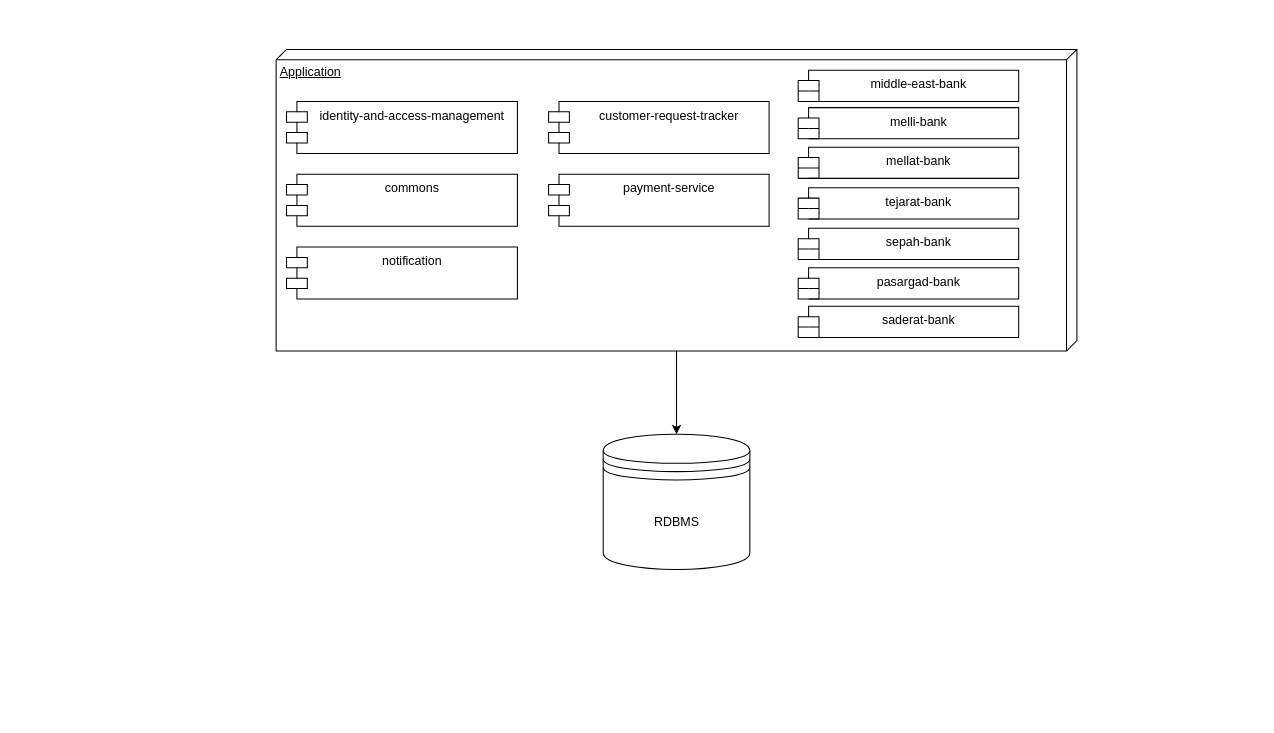
shakerdonyavi/wallet keeps this draw.io diagram as image/Untitled Diagram.drawio. Above is the earlier version. Source tidied: cells renumbered, new cells numbered last; positions are measured from the earlier drawing's top-left corner, leaving out a move shared by most shapes. Both pictures are drawn from the tidied source at 104%, with x=0, y=0 at pixel (276, 49).
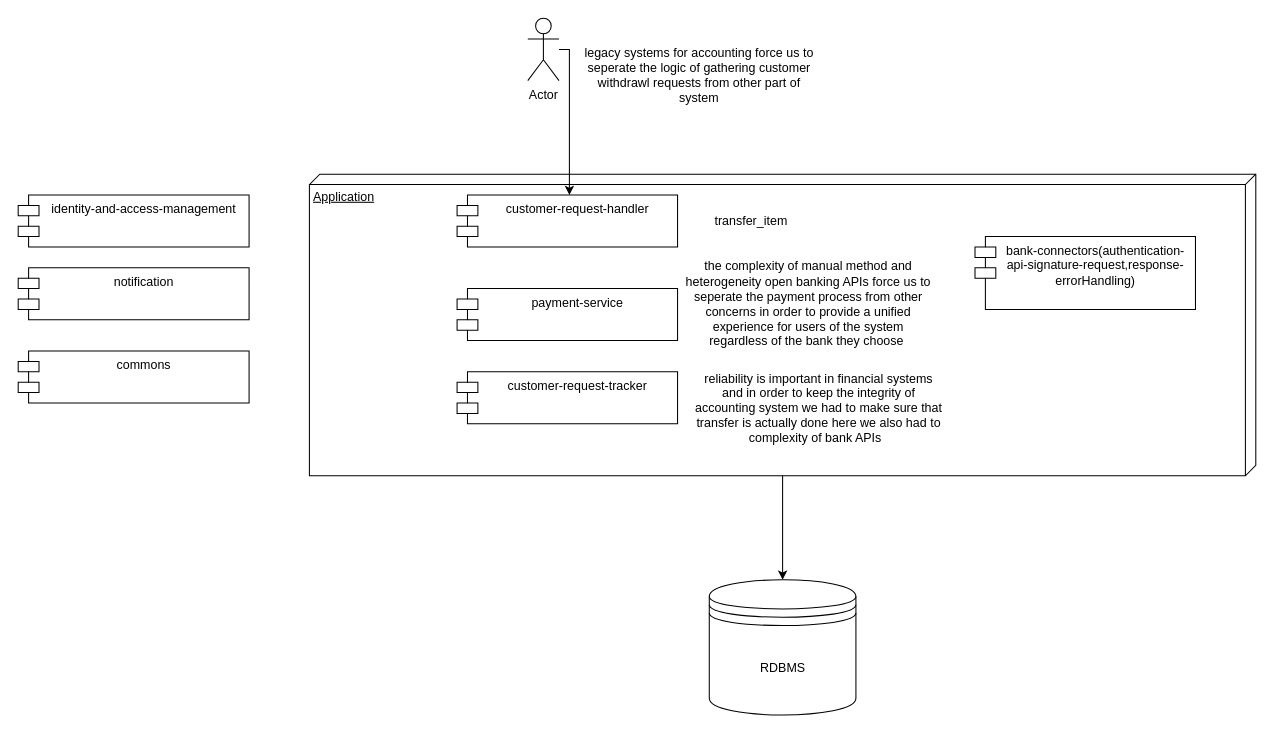
Above is the later version.

The edit, as a diff of the source:
```diff
@@
 <mxGraphModel>
   <root>
     <mxCell id="0" />
     <mxCell id="1" parent="0" />
     <mxCell id="2" style="edgeStyle=orthogonalEdgeStyle;rounded=0;jettySize=auto;html=1;entryX=0.5;entryY=0;entryDx=0;entryDy=0;" parent="1" edge="1" source="3" target="8">
       <mxGeometry relative="1" as="geometry" />
     </mxCell>
     <mxCell id="3" value="Application" style="verticalAlign=top;align=left;spacingTop=8;spacingLeft=2;spacingRight=12;shape=cube;size=10;direction=south;fontStyle=4;html=1;whiteSpace=wrap;" parent="1" vertex="1">
-      <mxGeometry width="770" height="290" as="geometry" />
+      <mxGeometry x="32" y="120" width="910" height="290" as="geometry" />
     </mxCell>
     <mxCell id="4" value="customer-request-tracker" style="shape=module;align=left;spacingLeft=20;align=center;verticalAlign=top;whiteSpace=wrap;html=1;" parent="1" vertex="1">
-      <mxGeometry x="262" y="50" width="212" height="50" as="geometry" />
+      <mxGeometry x="174" y="310" width="212" height="50" as="geometry" />
     </mxCell>
     <mxCell id="5" value="identity-and-access-management&lt;br&gt;" style="shape=module;align=left;spacingLeft=20;align=center;verticalAlign=top;whiteSpace=wrap;html=1;" parent="1" vertex="1">
-      <mxGeometry x="10" y="50" width="222" height="50" as="geometry" />
+      <mxGeometry x="-248" y="140" width="222" height="50" as="geometry" />
     </mxCell>
     <mxCell id="6" value="commons" style="shape=module;align=left;spacingLeft=20;align=center;verticalAlign=top;whiteSpace=wrap;html=1;" parent="1" vertex="1">
-      <mxGeometry x="10" y="120" width="222" height="50" as="geometry" />
+      <mxGeometry x="-248" y="290" width="222" height="50" as="geometry" />
     </mxCell>
     <mxCell id="7" value="notification&lt;br&gt;" style="shape=module;align=left;spacingLeft=20;align=center;verticalAlign=top;whiteSpace=wrap;html=1;" parent="1" vertex="1">
-      <mxGeometry x="10" y="190" width="222" height="50" as="geometry" />
+      <mxGeometry x="-248" y="210" width="222" height="50" as="geometry" />
     </mxCell>
     <mxCell id="8" value="RDBMS" style="shape=datastore;whiteSpace=wrap;html=1;" parent="1" vertex="1">
-      <mxGeometry x="314.5" y="370" width="141" height="130" as="geometry" />
+      <mxGeometry x="416.5" y="510" width="141" height="130" as="geometry" />
     </mxCell>
     <mxCell id="9" value="payment-service&lt;br&gt;" style="shape=module;align=left;spacingLeft=20;align=center;verticalAlign=top;whiteSpace=wrap;html=1;" parent="1" vertex="1">
-      <mxGeometry x="262" y="120" width="212" height="50" as="geometry" />
+      <mxGeometry x="174" y="230" width="212" height="50" as="geometry" />
     </mxCell>
-    <mxCell id="10" value="middle-east-bank" style="shape=module;align=left;spacingLeft=20;align=center;verticalAlign=top;whiteSpace=wrap;html=1;" parent="1" vertex="1">
-      <mxGeometry x="502" y="20" width="212" height="30" as="geometry" />
+    <mxCell id="10" value="bank-connectors(authentication-api-signature-request,response-errorHandling)" style="shape=module;align=left;spacingLeft=20;align=center;verticalAlign=top;whiteSpace=wrap;html=1;" parent="1" vertex="1">
+      <mxGeometry x="672" y="180" width="212" height="70" as="geometry" />
     </mxCell>
-    <mxCell id="11" value="melli-bank" style="shape=module;align=left;spacingLeft=20;align=center;verticalAlign=top;whiteSpace=wrap;html=1;" parent="1" vertex="1">
-      <mxGeometry x="502" y="56" width="212" height="30" as="geometry" />
-    </mxCell>
-    <mxCell id="12" value="mellat-bank" style="shape=module;align=left;spacingLeft=20;align=center;verticalAlign=top;whiteSpace=wrap;html=1;" parent="1" vertex="1">
-      <mxGeometry x="502" y="94" width="212" height="30" as="geometry" />
-    </mxCell>
-    <mxCell id="13" value="tejarat-bank&lt;br&gt;" style="shape=module;align=left;spacingLeft=20;align=center;verticalAlign=top;whiteSpace=wrap;html=1;" parent="1" vertex="1">
-      <mxGeometry x="502" y="133" width="212" height="30" as="geometry" />
-    </mxCell>
-    <mxCell id="14" value="sepah-bank" style="shape=module;align=left;spacingLeft=20;align=center;verticalAlign=top;whiteSpace=wrap;html=1;" parent="1" vertex="1">
-      <mxGeometry x="502" y="172" width="212" height="30" as="geometry" />
-    </mxCell>
-    <mxCell id="15" value="pasargad-bank" style="shape=module;align=left;spacingLeft=20;align=center;verticalAlign=top;whiteSpace=wrap;html=1;" parent="1" vertex="1">
-      <mxGeometry x="502" y="210" width="212" height="30" as="geometry" />
-    </mxCell>
-    <mxCell id="16" value="saderat-bank&lt;br&gt;" style="shape=module;align=left;spacingLeft=20;align=center;verticalAlign=top;whiteSpace=wrap;html=1;" parent="1" vertex="1">
-      <mxGeometry x="502" y="247" width="212" height="30" as="geometry" />
-    </mxCell>
+    <mxCell id="17" value="customer-request-handler&lt;br&gt;" style="shape=module;align=left;spacingLeft=20;align=center;verticalAlign=top;whiteSpace=wrap;html=1;" parent="1" vertex="1">
+      <mxGeometry x="174" y="140" width="212" height="50" as="geometry" />
+    </mxCell>
+    <mxCell id="18" style="edgeStyle=orthogonalEdgeStyle;rounded=0;jettySize=auto;html=1;" parent="1" edge="1" source="19" target="17">
+      <mxGeometry relative="1" as="geometry">
+        <Array as="points">
+          <mxPoint x="282" />
+        </Array>
+      </mxGeometry>
+    </mxCell>
+    <mxCell id="19" value="Actor" style="shape=umlActor;verticalLabelPosition=bottom;verticalAlign=top;html=1;outlineConnect=0;" parent="1" vertex="1">
+      <mxGeometry x="242" y="-30" width="30" height="60" as="geometry" />
+    </mxCell>
+    <mxCell id="20" value="legacy systems for accounting force us to seperate the logic of gathering customer withdrawl requests from other part of system" style="text;html=1;strokeColor=none;fillColor=none;align=center;verticalAlign=middle;whiteSpace=wrap;rounded=0;" parent="1" vertex="1">
+      <mxGeometry x="292" y="10" width="230" height="30" as="geometry" />
+    </mxCell>
+    <mxCell id="21" value="transfer_item" style="text;html=1;strokeColor=none;fillColor=none;align=center;verticalAlign=middle;whiteSpace=wrap;rounded=0;" parent="1" vertex="1">
+      <mxGeometry x="412" y="150" width="90" height="30" as="geometry" />
+    </mxCell>
+    <mxCell id="22" value="the complexity of manual method and heterogeneity open banking APIs force us to seperate the payment process from other concerns in order to provide a unified experience for users of the system regardless of the bank they choose&amp;nbsp;" style="text;html=1;strokeColor=none;fillColor=none;align=center;verticalAlign=middle;whiteSpace=wrap;rounded=0;" parent="1" vertex="1">
+      <mxGeometry x="392" y="230" width="240" height="30" as="geometry" />
+    </mxCell>
+    <mxCell id="23" value="reliability is important in financial systems and in order to keep the integrity of accounting system we had to make sure that transfer is actually done here we also had to complexity of bank APIs&amp;nbsp;&amp;nbsp;" style="text;html=1;strokeColor=none;fillColor=none;align=center;verticalAlign=middle;whiteSpace=wrap;rounded=0;" parent="1" vertex="1">
+      <mxGeometry x="402" y="310" width="240" height="70" as="geometry" />
+    </mxCell>
   </root>
 </mxGraphModel>
```
